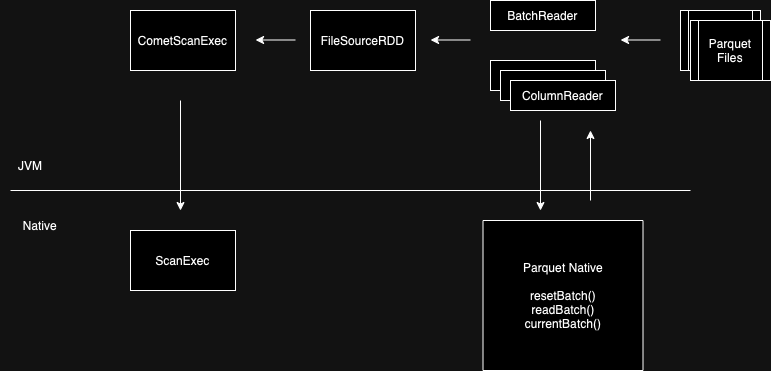
Before: docs/source/_static/images/CometNativeParquetScan.drawio.png, a diagram exported from draw.io (apache/datafusion-comet). Source tidied: cells renumbered, new cells last; positions are measured from the earlier drawing's top-left corner, leaving out a move shared by most shapes.
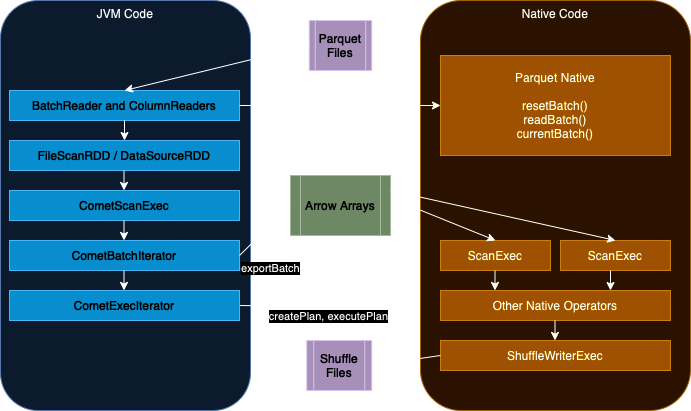
After the change.

Commit message:
improve diagram

Diff of the diagram source:
```diff
@@ -2,92 +2,120 @@
   <root>
     <mxCell id="0" />
     <mxCell id="1" parent="0" />
+    <mxCell id="21" value="Native Code" style="rounded=1;whiteSpace=wrap;html=1;verticalAlign=top;fillColor=#ffe6cc;strokeColor=#d79b00;" parent="1" vertex="1">
+      <mxGeometry x="460" y="-100" width="270" height="410" as="geometry" />
+    </mxCell>
+    <mxCell id="22" value="JVM Code" style="rounded=1;whiteSpace=wrap;html=1;verticalAlign=top;fillColor=#dae8fc;strokeColor=#6c8ebf;" parent="1" vertex="1">
+      <mxGeometry x="40" y="-100" width="250" height="410" as="geometry" />
+    </mxCell>
-    <mxCell id="2" value="FileSourceRDD" style="rounded=0;whiteSpace=wrap;html=1;" parent="1" vertex="1">
-      <mxGeometry x="310" y="10" width="105" height="60" as="geometry" />
+    <mxCell id="2" value="FileScanRDD / DataSourceRDD" style="rounded=0;whiteSpace=wrap;html=1;fillColor=#1ba1e2;strokeColor=#006EAF;fontColor=#ffffff;" parent="1" vertex="1">
+      <mxGeometry x="49" y="40" width="230" height="30" as="geometry" />
     </mxCell>
-    <mxCell id="3" style="endArrow=none;html=1;rounded=0;" parent="1" edge="1">
-      <mxGeometry relative="1" as="geometry">
-        <mxPoint x="10" y="190" as="sourcePoint" />
-        <mxPoint x="690" y="190" as="targetPoint" />
-      </mxGeometry>
-    </mxCell>
-    <mxCell id="4" value="Parquet Files" style="shape=process;whiteSpace=wrap;html=1;backgroundOutline=1;" parent="1" vertex="1">
-      <mxGeometry x="680" y="10" width="80" height="60" as="geometry" />
+    <mxCell id="4" value="Parquet Files" style="shape=process;whiteSpace=wrap;html=1;backgroundOutline=1;fillColor=#76608a;fontColor=#ffffff;strokeColor=#432D57;" parent="1" vertex="1">
+      <mxGeometry x="348.8" y="-80" width="62.5" height="50" as="geometry" />
     </mxCell>
-    <mxCell id="5" value="Native" style="text;html=1;align=center;verticalAlign=middle;whiteSpace=wrap;rounded=0;" parent="1" vertex="1">
-      <mxGeometry x="10" y="210" width="60" height="30" as="geometry" />
-    </mxCell>
-    <mxCell id="6" value="JVM" style="text;html=1;align=center;verticalAlign=middle;whiteSpace=wrap;rounded=0;" parent="1" vertex="1">
-      <mxGeometry y="150" width="60" height="30" as="geometry" />
-    </mxCell>
-    <mxCell id="7" value="CometScanExec" style="rounded=0;whiteSpace=wrap;html=1;" parent="1" vertex="1">
-      <mxGeometry x="130" y="10" width="105" height="60" as="geometry" />
+    <mxCell id="7" value="CometScanExec" style="rounded=0;whiteSpace=wrap;html=1;fillColor=#1ba1e2;strokeColor=#006EAF;fontColor=#ffffff;" parent="1" vertex="1">
+      <mxGeometry x="49" y="90" width="230" height="30" as="geometry" />
     </mxCell>
-    <mxCell id="8" value="ScanExec" style="rounded=0;whiteSpace=wrap;html=1;" parent="1" vertex="1">
-      <mxGeometry x="130" y="230" width="105" height="60" as="geometry" />
+    <mxCell id="8" value="ScanExec" style="rounded=0;whiteSpace=wrap;html=1;fillColor=#f0a30a;strokeColor=#BD7000;fontColor=#000000;" parent="1" vertex="1">
+      <mxGeometry x="480" y="140" width="110" height="30" as="geometry" />
     </mxCell>
-    <mxCell id="9" value="BatchReader" style="rounded=0;whiteSpace=wrap;html=1;" parent="1" vertex="1">
-      <mxGeometry x="490" width="105" height="30" as="geometry" />
+    <mxCell id="9" value="BatchReader and ColumnReaders" style="rounded=0;whiteSpace=wrap;html=1;fillColor=#1ba1e2;strokeColor=#006EAF;fontColor=#ffffff;" parent="1" vertex="1">
+      <mxGeometry x="49" y="-10" width="230" height="30" as="geometry" />
     </mxCell>
-    <mxCell id="10" value="ColumnReader" style="rounded=0;whiteSpace=wrap;html=1;" parent="1" vertex="1">
-      <mxGeometry x="490" y="60" width="105" height="30" as="geometry" />
-    </mxCell>
-    <mxCell id="11" value="ColumnReader" style="rounded=0;whiteSpace=wrap;html=1;" parent="1" vertex="1">
-      <mxGeometry x="500" y="70" width="105" height="30" as="geometry" />
-    </mxCell>
-    <mxCell id="12" value="ColumnReader" style="rounded=0;whiteSpace=wrap;html=1;" parent="1" vertex="1">
-      <mxGeometry x="510" y="80" width="105" height="30" as="geometry" />
-    </mxCell>
-    <mxCell id="13" value="Parquet Files" style="shape=process;whiteSpace=wrap;html=1;backgroundOutline=1;" parent="1" vertex="1">
-      <mxGeometry x="690" y="20" width="80" height="60" as="geometry" />
-    </mxCell>
-    <mxCell id="14" value="Parquet Native&lt;div&gt;&lt;br&gt;&lt;/div&gt;&lt;div&gt;resetBatch()&lt;/div&gt;&lt;div&gt;readBatch()&lt;/div&gt;&lt;div&gt;currentBatch()&lt;/div&gt;" style="rounded=0;whiteSpace=wrap;html=1;" parent="1" vertex="1">
-      <mxGeometry x="482.5" y="220" width="160" height="150" as="geometry" />
+    <mxCell id="14" value="Parquet Native&lt;div&gt;&lt;br&gt;&lt;/div&gt;&lt;div&gt;resetBatch()&lt;/div&gt;&lt;div&gt;readBatch()&lt;/div&gt;&lt;div&gt;currentBatch()&lt;/div&gt;" style="rounded=0;whiteSpace=wrap;html=1;fillColor=#f0a30a;fontColor=#000000;strokeColor=#BD7000;" parent="1" vertex="1">
+      <mxGeometry x="480" y="-45" width="230" height="100" as="geometry" />
     </mxCell>
-    <mxCell id="15" style="endArrow=classic;html=1;rounded=0;" parent="1" edge="1">
-      <mxGeometry relative="1" as="geometry">
-        <mxPoint x="660" y="39.5" as="sourcePoint" />
-        <mxPoint x="620" y="39.5" as="targetPoint" />
-        <Array as="points">
-          <mxPoint x="630" y="39.5" />
-        </Array>
-      </mxGeometry>
-    </mxCell>
-    <mxCell id="16" style="endArrow=classic;html=1;rounded=0;" parent="1" edge="1">
-      <mxGeometry relative="1" as="geometry">
-        <mxPoint x="470" y="39.5" as="sourcePoint" />
-        <mxPoint x="430" y="39.5" as="targetPoint" />
-        <Array as="points">
-          <mxPoint x="440" y="39.5" />
-        </Array>
-      </mxGeometry>
-    </mxCell>
-    <mxCell id="17" style="endArrow=classic;html=1;rounded=0;" parent="1" edge="1">
-      <mxGeometry relative="1" as="geometry">
-        <mxPoint x="295" y="39.5" as="sourcePoint" />
-        <mxPoint x="255" y="39.5" as="targetPoint" />
-        <Array as="points">
-          <mxPoint x="265" y="39.5" />
-        </Array>
-      </mxGeometry>
-    </mxCell>
-    <mxCell id="18" style="endArrow=classic;html=1;rounded=0;" parent="1" edge="1">
-      <mxGeometry relative="1" as="geometry">
-        <mxPoint x="180" y="100" as="sourcePoint" />
-        <mxPoint x="180" y="210" as="targetPoint" />
-      </mxGeometry>
+    <mxCell id="18" style="endArrow=classic;html=1;rounded=0;exitX=1;exitY=0.5;exitDx=0;exitDy=0;entryX=0;entryY=0.75;entryDx=0;entryDy=0;" parent="1" edge="1" source="25" target="21">
+      <mxGeometry relative="1" as="geometry" />
     </mxCell>
-    <mxCell id="19" style="endArrow=classic;html=1;rounded=0;" parent="1" edge="1">
-      <mxGeometry relative="1" as="geometry">
-        <mxPoint x="540" y="120" as="sourcePoint" />
-        <mxPoint x="540" y="210" as="targetPoint" />
-      </mxGeometry>
-    </mxCell>
-    <mxCell id="20" style="endArrow=classic;html=1;rounded=0;" parent="1" edge="1">
-      <mxGeometry relative="1" as="geometry">
-        <mxPoint x="590" y="200" as="sourcePoint" />
-        <mxPoint x="590" y="130" as="targetPoint" />
-      </mxGeometry>
-    </mxCell>
+    <mxCell id="23" value="createPlan, executePlan" style="edgeLabel;html=1;align=center;verticalAlign=middle;" parent="18" vertex="1">
+      <mxGeometry x="-0.2" y="-3" relative="1" as="geometry">
+        <mxPoint x="17" y="7" as="offset" />
+      </mxGeometry>
+    </mxCell>
+    <mxCell id="24" value="CometBatchIterator" style="rounded=0;whiteSpace=wrap;html=1;fillColor=#1ba1e2;strokeColor=#006EAF;fontColor=#ffffff;" parent="1" vertex="1">
+      <mxGeometry x="49" y="140" width="230" height="30" as="geometry" />
+    </mxCell>
+    <mxCell id="25" value="CometExecIterator" style="rounded=0;whiteSpace=wrap;html=1;fillColor=#1ba1e2;strokeColor=#006EAF;fontColor=#ffffff;" parent="1" vertex="1">
+      <mxGeometry x="49" y="190" width="230" height="30" as="geometry" />
+    </mxCell>
+    <mxCell id="26" value="Other Native Operators" style="rounded=0;whiteSpace=wrap;html=1;fillColor=#f0a30a;strokeColor=#BD7000;fontColor=#000000;" parent="1" vertex="1">
+      <mxGeometry x="480" y="190" width="230" height="30" as="geometry" />
+    </mxCell>
+    <mxCell id="27" value="Arrow Arrays" style="shape=process;whiteSpace=wrap;html=1;backgroundOutline=1;fillColor=#6d8764;fontColor=#ffffff;strokeColor=#3A5431;" parent="1" vertex="1">
+      <mxGeometry x="330" y="75" width="100" height="60" as="geometry" />
+    </mxCell>
+    <mxCell id="28" style="endArrow=classic;html=1;rounded=0;exitX=1.01;exitY=0.383;exitDx=0;exitDy=0;entryX=0.5;entryY=0;entryDx=0;entryDy=0;exitPerimeter=0;" parent="1" edge="1" source="27" target="8">
+      <mxGeometry relative="1" as="geometry" />
+    </mxCell>
+    <mxCell id="29" style="endArrow=classic;html=1;rounded=0;exitX=1;exitY=0.5;exitDx=0;exitDy=0;entryX=0;entryY=0.5;entryDx=0;entryDy=0;" parent="1" edge="1" source="24" target="27">
+      <mxGeometry relative="1" as="geometry" />
+    </mxCell>
+    <mxCell id="30" value="ShuffleWriterExec" style="rounded=0;whiteSpace=wrap;html=1;fillColor=#f0a30a;strokeColor=#BD7000;fontColor=#000000;" parent="1" vertex="1">
+      <mxGeometry x="480" y="240" width="230" height="30" as="geometry" />
+    </mxCell>
+    <mxCell id="31" style="endArrow=classic;html=1;rounded=0;exitX=1;exitY=0.5;exitDx=0;exitDy=0;entryX=0;entryY=0.5;entryDx=0;entryDy=0;" parent="1" edge="1" source="9" target="14">
+      <mxGeometry relative="1" as="geometry" />
+    </mxCell>
+    <mxCell id="32" value="Shuffle Files" style="shape=process;whiteSpace=wrap;html=1;backgroundOutline=1;fillColor=#76608a;fontColor=#ffffff;strokeColor=#432D57;" parent="1" vertex="1">
+      <mxGeometry x="346.2" y="240" width="65" height="50" as="geometry" />
+    </mxCell>
+    <mxCell id="33" value="exportBatch" style="edgeLabel;html=1;align=center;verticalAlign=middle;" parent="1" vertex="1">
+      <mxGeometry x="320" y="220" as="geometry">
+        <mxPoint x="-10" y="-53" as="offset" />
+      </mxGeometry>
+    </mxCell>
+    <mxCell id="34" value="ScanExec" style="rounded=0;whiteSpace=wrap;html=1;fillColor=#f0a30a;strokeColor=#BD7000;fontColor=#000000;" parent="1" vertex="1">
+      <mxGeometry x="600" y="140" width="110" height="30" as="geometry" />
+    </mxCell>
+    <mxCell id="35" style="endArrow=classic;html=1;rounded=0;entryX=0.5;entryY=0;entryDx=0;entryDy=0;exitX=0.5;exitY=1;exitDx=0;exitDy=0;" parent="1" edge="1" source="9" target="2">
+      <mxGeometry relative="1" as="geometry" />
+    </mxCell>
+    <mxCell id="36" style="endArrow=classic;html=1;rounded=0;entryX=0.5;entryY=0;entryDx=0;entryDy=0;exitX=0.5;exitY=1;exitDx=0;exitDy=0;" parent="1" edge="1">
+      <mxGeometry relative="1" as="geometry">
+        <mxPoint x="163.5" y="70" as="sourcePoint" />
+        <mxPoint x="163.5" y="90" as="targetPoint" />
+      </mxGeometry>
+    </mxCell>
+    <mxCell id="37" style="endArrow=classic;html=1;rounded=0;entryX=0.5;entryY=0;entryDx=0;entryDy=0;exitX=0.5;exitY=1;exitDx=0;exitDy=0;" parent="1" edge="1">
+      <mxGeometry relative="1" as="geometry">
+        <mxPoint x="163.5" y="120" as="sourcePoint" />
+        <mxPoint x="163.5" y="140" as="targetPoint" />
+      </mxGeometry>
+    </mxCell>
+    <mxCell id="38" style="endArrow=classic;html=1;rounded=0;entryX=0.5;entryY=0;entryDx=0;entryDy=0;exitX=0.5;exitY=1;exitDx=0;exitDy=0;" parent="1" edge="1">
+      <mxGeometry relative="1" as="geometry">
+        <mxPoint x="163.5" y="170" as="sourcePoint" />
+        <mxPoint x="163.5" y="190" as="targetPoint" />
+      </mxGeometry>
+    </mxCell>
+    <mxCell id="39" style="endArrow=classic;html=1;rounded=0;entryX=0.5;entryY=0;entryDx=0;entryDy=0;exitX=0.5;exitY=1;exitDx=0;exitDy=0;" parent="1" edge="1">
+      <mxGeometry relative="1" as="geometry">
+        <mxPoint x="594.5" y="220" as="sourcePoint" />
+        <mxPoint x="594.5" y="240" as="targetPoint" />
+      </mxGeometry>
+    </mxCell>
+    <mxCell id="40" style="endArrow=classic;html=1;rounded=0;entryX=0.5;entryY=0;entryDx=0;entryDy=0;exitX=0.5;exitY=1;exitDx=0;exitDy=0;" parent="1" edge="1">
+      <mxGeometry relative="1" as="geometry">
+        <mxPoint x="534.5" y="170" as="sourcePoint" />
+        <mxPoint x="534.5" y="190" as="targetPoint" />
+      </mxGeometry>
+    </mxCell>
+    <mxCell id="41" style="endArrow=classic;html=1;rounded=0;entryX=0.5;entryY=0;entryDx=0;entryDy=0;exitX=0.5;exitY=1;exitDx=0;exitDy=0;" parent="1" edge="1">
+      <mxGeometry relative="1" as="geometry">
+        <mxPoint x="650" y="170" as="sourcePoint" />
+        <mxPoint x="650" y="190" as="targetPoint" />
+      </mxGeometry>
+    </mxCell>
+    <mxCell id="42" style="endArrow=classic;html=1;rounded=0;exitX=0;exitY=0.5;exitDx=0;exitDy=0;entryX=1;entryY=0.5;entryDx=0;entryDy=0;" parent="1" edge="1" source="30" target="32">
+      <mxGeometry relative="1" as="geometry" />
+    </mxCell>
+    <mxCell id="43" style="endArrow=classic;html=1;rounded=0;exitX=1;exitY=0.25;exitDx=0;exitDy=0;entryX=0.5;entryY=0;entryDx=0;entryDy=0;" parent="1" edge="1" source="27" target="34">
+      <mxGeometry relative="1" as="geometry" />
+    </mxCell>
+    <mxCell id="44" style="endArrow=classic;html=1;rounded=0;exitX=0;exitY=0.5;exitDx=0;exitDy=0;entryX=0.5;entryY=0;entryDx=0;entryDy=0;" parent="1" edge="1" source="4" target="9">
+      <mxGeometry relative="1" as="geometry" />
+    </mxCell>
   </root>
 </mxGraphModel>
```
